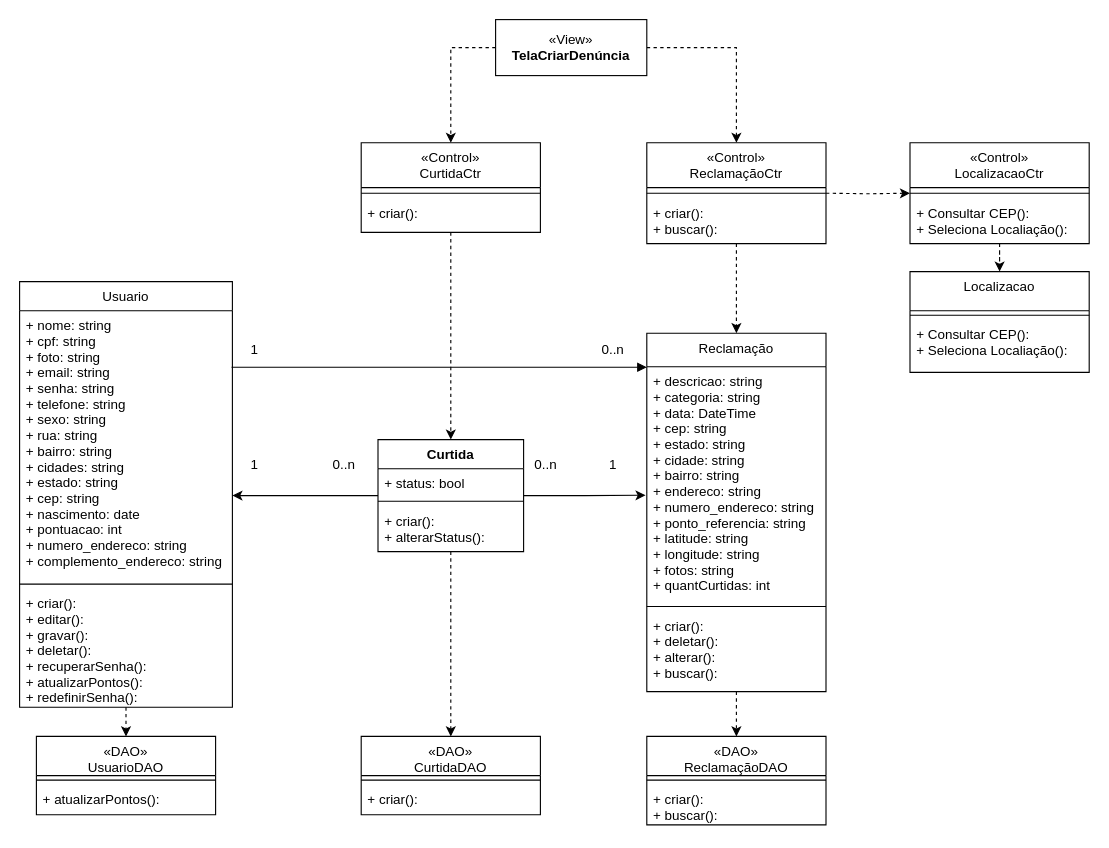
Earlier version of the draw.io diagram Documentação/Diagramas/Diagramas de Casos de Uso/Diagrama de Caso de Uso Criar Denuncia.drawio (frsouzaa/Documentacao-TCC-NossaVia). Source tidied: cells renumbered, new cells numbered last; positions are measured from the earlier drawing's top-left corner, leaving out a move shared by most shapes. Both pictures are drawn from the tidied source at 112%, with x=0, y=0 at pixel (19, 19).
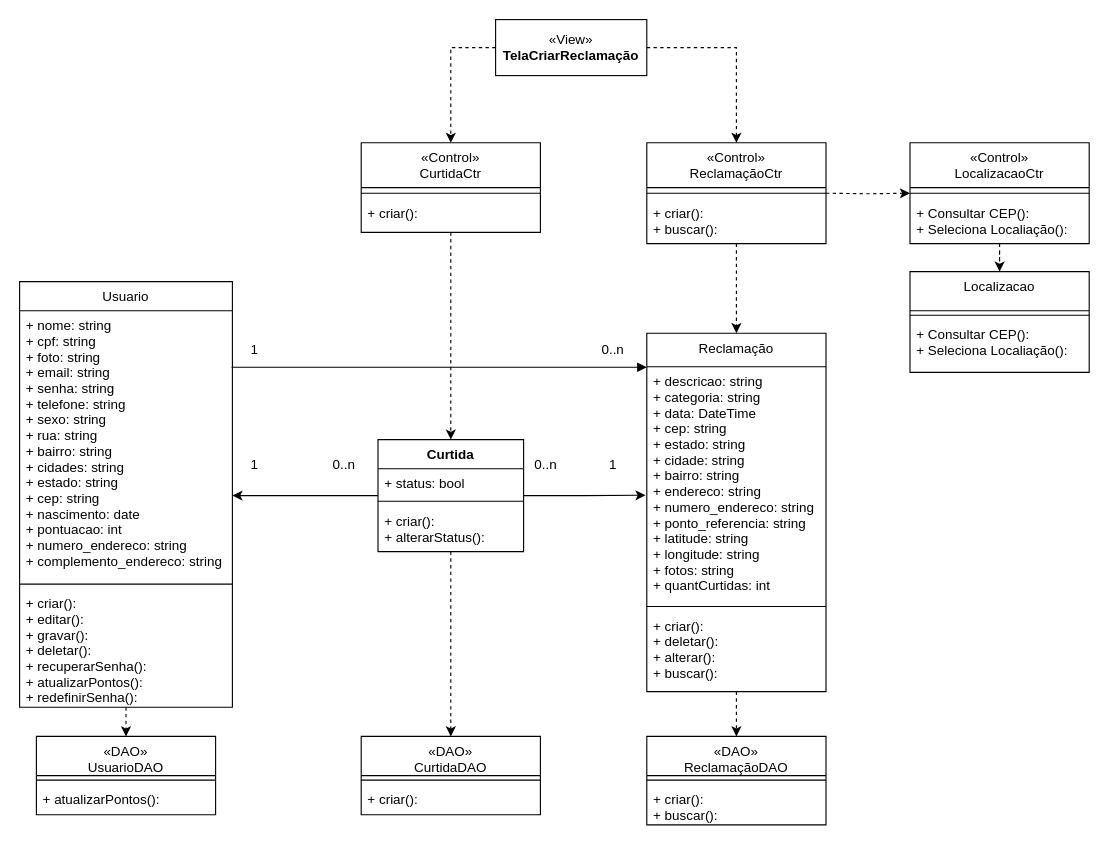
After the change.

What changed in the source:
```diff
@@
-    <mxCell id="17" value="«View»&lt;br&gt;&lt;b&gt;TelaCriarDenúncia&lt;br&gt;&lt;/b&gt;" style="html=1;whiteSpace=wrap;" parent="1" vertex="1">
+    <mxCell id="17" value="«View»&lt;br&gt;&lt;b&gt;TelaCriarReclamação&lt;br&gt;&lt;/b&gt;" style="html=1;whiteSpace=wrap;" parent="1" vertex="1">
       <mxGeometry x="425" width="135" height="50" as="geometry" />
     </mxCell>
```
